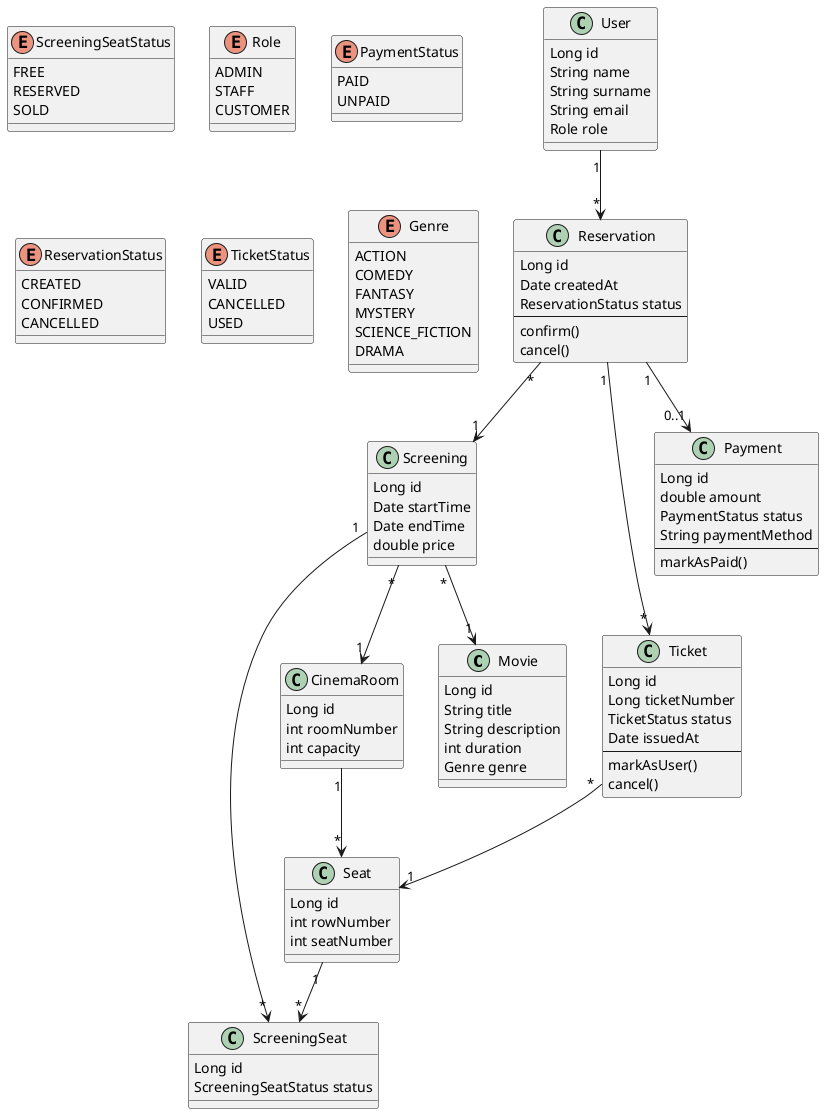
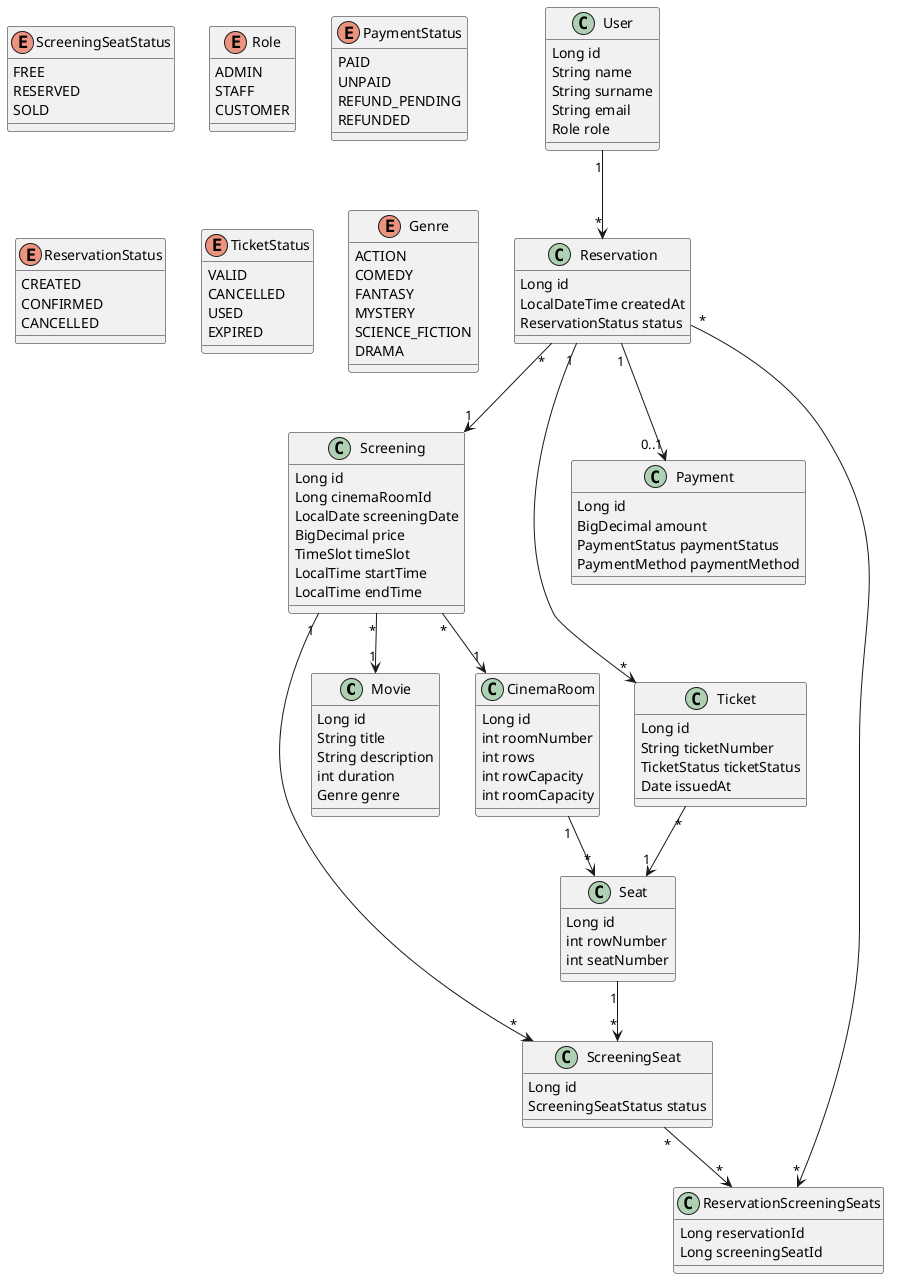
@startuml

class Movie {
  Long id
  String title
  String description
  int duration
  Genre genre
}

class User {
  Long id
  String name
  String surname
  String email
  Role role
}

class Reservation {
  Long id
-   Date createdAt
+   LocalDateTime createdAt
  ReservationStatus status
-   ---
-   confirm()
-   cancel()
}

class Screening {
  Long id
-   Date startTime
-   Date endTime
-   double price
+   Long cinemaRoomId
+   LocalDate screeningDate
+   BigDecimal price
+   TimeSlot timeSlot
+   LocalTime startTime
+   LocalTime endTime
}

class Ticket {
  Long id
-   Long ticketNumber
-   TicketStatus status
+   String ticketNumber
+   TicketStatus ticketStatus
  Date issuedAt
-   ---
-   markAsUser()
-   cancel()
+ 
}

class CinemaRoom {
  Long id
  int roomNumber
-   int capacity
+   int rows
+   int rowCapacity
+   int roomCapacity
}

class Payment {
  Long id
-   double amount
-   PaymentStatus status
-   String paymentMethod
-   ---
-   markAsPaid()
+   BigDecimal amount
+   PaymentStatus paymentStatus
+   PaymentMethod paymentMethod
}

class Seat {
  Long id
  int rowNumber
  int seatNumber

}
class ScreeningSeat {
  Long id
  ScreeningSeatStatus status
+ }
+ 
+ class ReservationScreeningSeats {
+     Long reservationId
+     Long screeningSeatId
}

enum ScreeningSeatStatus {
  FREE
  RESERVED
  SOLD
}
enum Role {
  ADMIN
  STAFF
  CUSTOMER
}

enum PaymentStatus {
  PAID
  UNPAID
+   REFUND_PENDING
+   REFUNDED
}

enum ReservationStatus {
  CREATED
  CONFIRMED
  CANCELLED
}

enum TicketStatus {
  VALID
  CANCELLED
  USED
+   EXPIRED
}

enum Genre {
  ACTION
  COMEDY
  FANTASY
  MYSTERY
  SCIENCE_FICTION
  DRAMA
}


Seat "1" --> "*" ScreeningSeat

User "1" --> "*" Reservation
Reservation "*" --> "1" Screening
Reservation "1" --> "*" Ticket

Screening "*" --> "1" Movie
Screening "*" --> "1" CinemaRoom
Screening "1" --> "*" ScreeningSeat

CinemaRoom "1" --> "*" Seat

Ticket "*" --> "1" Seat
Reservation "1" --> "0..1" Payment
- 
+ Reservation"*" --> "*" ReservationScreeningSeats
+ ScreeningSeat"*" --> "*" ReservationScreeningSeats
@enduml